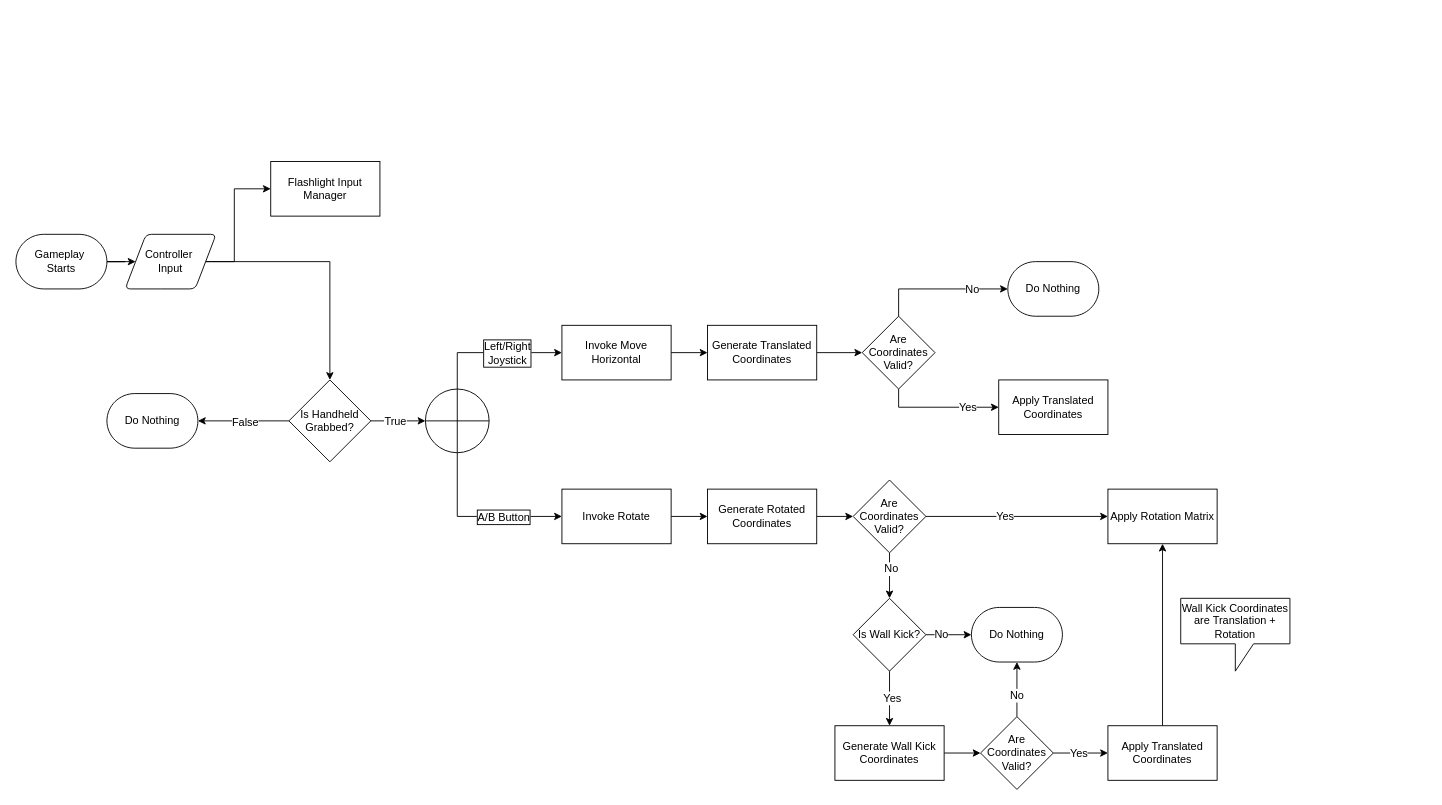
Earlier version of the draw.io diagram Docs/Terrormino.drawio (ConnorGDevelopment/Terrormino). Source tidied: cells renumbered, new cells numbered last; positions are measured from the earlier drawing's top-left corner, leaving out a move shared by most shapes. Both pictures are drawn from the tidied source at 91%, with x=0, y=0 at pixel (15, 161).
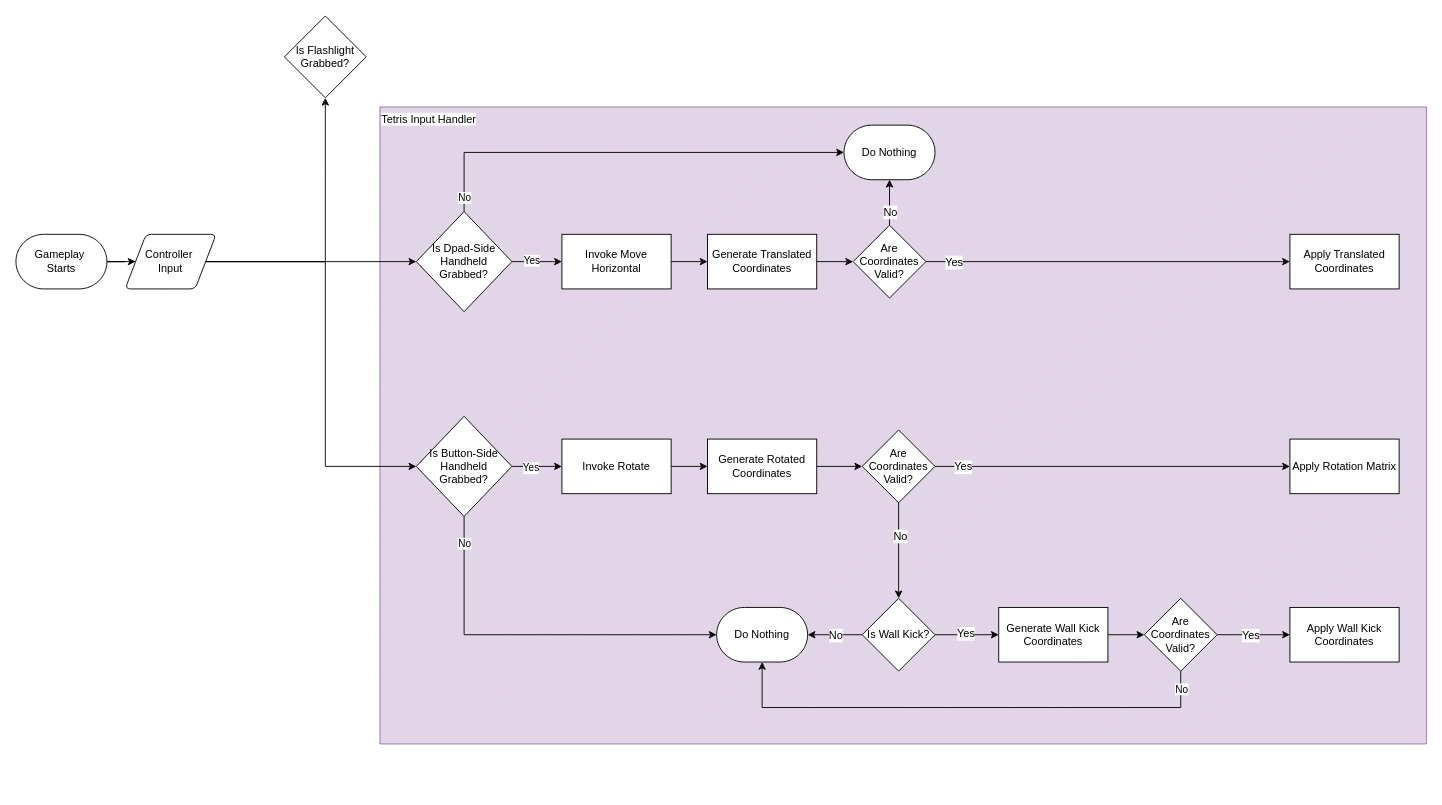
The same diagram, later.

Unchanged cells that the change refers to:
```xml
<mxCell id="6" value="Controller&amp;nbsp;&lt;div&gt;Input&lt;/div&gt;" style="shape=parallelogram;html=1;strokeWidth=1;perimeter=parallelogramPerimeter;whiteSpace=wrap;rounded=1;arcSize=12;size=0.23;" parent="1" vertex="1">
  <mxGeometry x="120" y="80" width="100" height="60" as="geometry" />
</mxCell>
<mxCell id="34" style="edgeStyle=orthogonalEdgeStyle;rounded=0;jettySize=auto;html=1;fontFamily=Helvetica;fontSize=12;fontColor=default;" parent="1" edge="1" source="38" target="39">
  <mxGeometry relative="1" as="geometry" />
</mxCell>
<mxCell id="42" style="edgeStyle=orthogonalEdgeStyle;rounded=0;jettySize=auto;html=1;fontFamily=Helvetica;fontSize=12;fontColor=default;" parent="1" edge="1" source="44" target="52">
  <mxGeometry relative="1" as="geometry" />
</mxCell>
```

The edit, as a diff of the source:
```diff
@@
+    <mxCell id="56" value="Tetris Input Handler" style="verticalLabelPosition=middle;verticalAlign=top;html=1;shape=mxgraph.basic.patternFillRect;fillStyle=diag;step=5;fillStrokeWidth=0.2;fillStrokeColor=#dddddd;fillColor=#e1d5e7;strokeColor=#9673a6;align=left;labelPosition=center;labelBorderColor=none;labelBackgroundColor=default;textShadow=0;" parent="1" vertex="1">
+      <mxGeometry x="400" y="-60" width="1150" height="700" as="geometry" />
+    </mxCell>
@@
-    <mxCell id="4" style="edgeStyle=orthogonalEdgeStyle;rounded=0;jettySize=auto;html=1;" parent="1" edge="1" source="6" target="7">
-      <mxGeometry relative="1" as="geometry">
-        <Array as="points">
-          <mxPoint x="240" y="110" />
-          <mxPoint x="240" y="30" />
-        </Array>
-      </mxGeometry>
-    </mxCell>
-    <mxCell id="5" style="edgeStyle=orthogonalEdgeStyle;rounded=0;jettySize=auto;html=1;entryX=0.5;entryY=0;entryDx=0;entryDy=0;fontFamily=Helvetica;fontSize=12;fontColor=default;" parent="1" edge="1" source="6" target="8">
-      <mxGeometry relative="1" as="geometry" />
-    </mxCell>
+    <mxCell id="57" style="edgeStyle=orthogonalEdgeStyle;rounded=0;jettySize=auto;html=1;entryX=0.5;entryY=1;entryDx=0;entryDy=0;" parent="1" edge="1" source="6" target="60">
+      <mxGeometry relative="1" as="geometry">
+        <Array as="points">
+          <mxPoint x="340" y="110" />
+          <mxPoint x="340" y="10" />
+        </Array>
+      </mxGeometry>
+    </mxCell>
+    <mxCell id="58" style="edgeStyle=orthogonalEdgeStyle;rounded=0;jettySize=auto;html=1;" parent="1" edge="1" source="6" target="63">
+      <mxGeometry relative="1" as="geometry">
+        <Array as="points">
+          <mxPoint x="340" y="110" />
+          <mxPoint x="340" y="335" />
+        </Array>
+      </mxGeometry>
+    </mxCell>
+    <mxCell id="59" style="edgeStyle=orthogonalEdgeStyle;rounded=0;jettySize=auto;html=1;entryX=0;entryY=0.5;entryDx=0;entryDy=0;" parent="1" edge="1" source="6" target="66">
+      <mxGeometry relative="1" as="geometry" />
+    </mxCell>
@@
-    <mxCell id="7" value="Flashlight Input Manager" style="rounded=0;whiteSpace=wrap;html=1;" parent="1" vertex="1">
-      <mxGeometry x="280" width="120" height="60" as="geometry" />
-    </mxCell>
-    <mxCell id="8" value="Is Handheld Grabbed?" style="rhombus;whiteSpace=wrap;html=1;strokeColor=default;strokeWidth=1;align=center;verticalAlign=middle;fontFamily=Helvetica;fontSize=12;fontColor=default;fillColor=default;" parent="1" vertex="1">
-      <mxGeometry x="300" y="240" width="90" height="90" as="geometry" />
-    </mxCell>
-    <mxCell id="9" value="Do Nothing" style="strokeWidth=1;html=1;shape=mxgraph.flowchart.terminator;whiteSpace=wrap;" parent="1" vertex="1">
-      <mxGeometry x="100" y="255" width="100" height="60" as="geometry" />
-    </mxCell>
-    <mxCell id="10" style="edgeStyle=orthogonalEdgeStyle;rounded=0;jettySize=auto;html=1;entryX=1;entryY=0.5;entryDx=0;entryDy=0;entryPerimeter=0;fontFamily=Helvetica;fontSize=12;fontColor=default;" parent="1" edge="1" source="8" target="9">
-      <mxGeometry relative="1" as="geometry" />
-    </mxCell>
-    <mxCell id="11" value="False" style="edgeLabel;html=1;align=center;verticalAlign=middle;strokeColor=default;strokeWidth=1;fontFamily=Helvetica;fontSize=12;fontColor=default;fillColor=default;" parent="10" vertex="1">
-      <mxGeometry x="-0.03" y="1" relative="1" as="geometry" />
-    </mxCell>
-    <mxCell id="12" style="edgeStyle=orthogonalEdgeStyle;rounded=0;jettySize=auto;html=1;entryX=0;entryY=0.5;entryDx=0;entryDy=0;fontFamily=Helvetica;fontSize=12;fontColor=default;exitX=0.5;exitY=0;exitDx=0;exitDy=0;exitPerimeter=0;" parent="1" edge="1" source="16" target="20">
-      <mxGeometry relative="1" as="geometry" />
-    </mxCell>
-    <mxCell id="13" value="Left/Right&lt;br&gt;Joystick" style="edgeLabel;align=center;verticalAlign=middle;strokeColor=default;strokeWidth=1;fontFamily=Helvetica;fontSize=12;fontColor=default;fillColor=default;labelBorderColor=default;spacing=2;labelBackgroundColor=default;html=1;" parent="12" vertex="1">
-      <mxGeometry x="0.21" y="2" relative="1" as="geometry">
-        <mxPoint y="2" as="offset" />
-      </mxGeometry>
-    </mxCell>
-    <mxCell id="14" style="edgeStyle=orthogonalEdgeStyle;rounded=0;jettySize=auto;html=1;exitX=0.5;exitY=1;exitDx=0;exitDy=0;exitPerimeter=0;entryX=0;entryY=0.5;entryDx=0;entryDy=0;fontFamily=Helvetica;fontSize=12;fontColor=default;" parent="1" edge="1" source="16" target="30">
-      <mxGeometry relative="1" as="geometry" />
-    </mxCell>
-    <mxCell id="15" value="A/B Button" style="edgeLabel;html=1;align=center;verticalAlign=middle;strokeColor=default;strokeWidth=1;fontFamily=Helvetica;fontSize=12;fontColor=default;fillColor=default;labelBorderColor=default;" parent="14" vertex="1">
-      <mxGeometry x="0.3" y="-1" relative="1" as="geometry">
-        <mxPoint y="-1" as="offset" />
-      </mxGeometry>
-    </mxCell>
-    <mxCell id="16" style="verticalLabelPosition=bottom;verticalAlign=top;html=1;shape=mxgraph.flowchart.summing_function;strokeColor=default;strokeWidth=1;align=center;fontFamily=Helvetica;fontSize=12;fontColor=default;fillColor=default;" parent="1" vertex="1">
-      <mxGeometry x="450" y="250" width="70" height="70" as="geometry" />
-    </mxCell>
-    <mxCell id="17" style="edgeStyle=orthogonalEdgeStyle;rounded=0;jettySize=auto;html=1;entryX=0;entryY=0.5;entryDx=0;entryDy=0;entryPerimeter=0;fontFamily=Helvetica;fontSize=12;fontColor=default;" parent="1" edge="1" source="8" target="16">
-      <mxGeometry relative="1" as="geometry" />
-    </mxCell>
-    <mxCell id="18" value="True" style="edgeLabel;html=1;align=center;verticalAlign=middle;strokeColor=default;strokeWidth=1;fontFamily=Helvetica;fontSize=12;fontColor=default;fillColor=default;" parent="17" vertex="1">
-      <mxGeometry x="-0.12" relative="1" as="geometry" />
-    </mxCell>
@@
     <mxCell id="20" value="Invoke Move Horizontal" style="rounded=0;whiteSpace=wrap;html=1;strokeColor=default;strokeWidth=1;align=center;verticalAlign=middle;fontFamily=Helvetica;fontSize=12;fontColor=default;fillColor=default;" parent="1" vertex="1">
-      <mxGeometry x="600" y="180" width="120" height="60" as="geometry" />
+      <mxGeometry x="600" y="80" width="120" height="60" as="geometry" />
     </mxCell>
@@
     <mxCell id="22" value="Generate Translated Coordinates" style="rounded=0;whiteSpace=wrap;html=1;strokeColor=default;strokeWidth=1;align=center;verticalAlign=middle;fontFamily=Helvetica;fontSize=12;fontColor=default;fillColor=default;" parent="1" vertex="1">
-      <mxGeometry x="760" y="180" width="120" height="60" as="geometry" />
+      <mxGeometry x="760" y="80" width="120" height="60" as="geometry" />
     </mxCell>
-    <mxCell id="23" style="edgeStyle=orthogonalEdgeStyle;rounded=0;jettySize=auto;html=1;entryX=0;entryY=0.5;entryDx=0;entryDy=0;fontFamily=Helvetica;fontSize=12;fontColor=default;exitX=0.5;exitY=1;exitDx=0;exitDy=0;" parent="1" edge="1" source="33" target="27">
+    <mxCell id="23" style="edgeStyle=orthogonalEdgeStyle;rounded=0;jettySize=auto;html=1;entryX=0;entryY=0.5;entryDx=0;entryDy=0;fontFamily=Helvetica;fontSize=12;fontColor=default;exitX=1;exitY=0.5;exitDx=0;exitDy=0;" parent="1" edge="1" source="33" target="27">
       <mxGeometry relative="1" as="geometry" />
     </mxCell>
     <mxCell id="24" value="Yes" style="edgeLabel;html=1;align=center;verticalAlign=middle;strokeColor=default;strokeWidth=1;fontFamily=Helvetica;fontSize=12;fontColor=default;fillColor=default;" parent="23" vertex="1">
       <mxGeometry x="0.1" y="-1" relative="1" as="geometry">
-        <mxPoint x="23" y="-1" as="offset" />
+        <mxPoint x="-190" y="-1" as="offset" />
       </mxGeometry>
     </mxCell>
-    <mxCell id="25" style="edgeStyle=orthogonalEdgeStyle;rounded=0;jettySize=auto;html=1;fontFamily=Helvetica;fontSize=12;fontColor=default;exitX=0.5;exitY=0;exitDx=0;exitDy=0;entryX=0;entryY=0.5;entryDx=0;entryDy=0;entryPerimeter=0;" parent="1" edge="1" source="33" target="28">
+    <mxCell id="25" style="edgeStyle=orthogonalEdgeStyle;rounded=0;jettySize=auto;html=1;fontFamily=Helvetica;fontSize=12;fontColor=default;exitX=0.5;exitY=0;exitDx=0;exitDy=0;entryX=0.5;entryY=1;entryDx=0;entryDy=0;entryPerimeter=0;" parent="1" edge="1" source="33" target="28">
       <mxGeometry relative="1" as="geometry" />
     </mxCell>
     <mxCell id="26" value="No" style="edgeLabel;html=1;align=center;verticalAlign=middle;strokeColor=default;strokeWidth=1;fontFamily=Helvetica;fontSize=12;fontColor=default;fillColor=default;" parent="25" vertex="1">
       <mxGeometry x="-0.18" relative="1" as="geometry">
-        <mxPoint x="48" as="offset" />
+        <mxPoint y="6" as="offset" />
       </mxGeometry>
     </mxCell>
     <mxCell id="27" value="Apply Translated Coordinates" style="rounded=0;whiteSpace=wrap;html=1;strokeColor=default;strokeWidth=1;align=center;verticalAlign=middle;fontFamily=Helvetica;fontSize=12;fontColor=default;fillColor=default;" parent="1" vertex="1">
-      <mxGeometry x="1080" y="240" width="120" height="60" as="geometry" />
+      <mxGeometry x="1400" y="80" width="120" height="60" as="geometry" />
     </mxCell>
     <mxCell id="28" value="Do Nothing" style="strokeWidth=1;html=1;shape=mxgraph.flowchart.terminator;whiteSpace=wrap;" parent="1" vertex="1">
-      <mxGeometry x="1090" y="110" width="100" height="60" as="geometry" />
+      <mxGeometry x="910" y="-40" width="100" height="60" as="geometry" />
     </mxCell>
@@
     <mxCell id="30" value="Invoke Rotate" style="rounded=0;whiteSpace=wrap;html=1;strokeColor=default;strokeWidth=1;align=center;verticalAlign=middle;fontFamily=Helvetica;fontSize=12;fontColor=default;fillColor=default;" parent="1" vertex="1">
-      <mxGeometry x="600" y="360" width="120" height="60" as="geometry" />
+      <mxGeometry x="600" y="305" width="120" height="60" as="geometry" />
     </mxCell>
@@
     <mxCell id="32" value="Generate Rotated Coordinates" style="rounded=0;whiteSpace=wrap;html=1;strokeColor=default;strokeWidth=1;align=center;verticalAlign=middle;fontFamily=Helvetica;fontSize=12;fontColor=default;fillColor=default;" parent="1" vertex="1">
-      <mxGeometry x="760" y="360" width="120" height="60" as="geometry" />
+      <mxGeometry x="760" y="305" width="120" height="60" as="geometry" />
     </mxCell>
     <mxCell id="33" value="Are Coordinates Valid?" style="rhombus;whiteSpace=wrap;html=1;strokeColor=default;strokeWidth=1;align=center;verticalAlign=middle;fontFamily=Helvetica;fontSize=12;fontColor=default;fillColor=default;" parent="1" vertex="1">
-      <mxGeometry x="930" y="170" width="80" height="80" as="geometry" />
+      <mxGeometry x="920" y="70" width="80" height="80" as="geometry" />
     </mxCell>
@@
     <mxCell id="35" value="Yes" style="edgeLabel;html=1;align=center;verticalAlign=middle;strokeColor=default;strokeWidth=1;fontFamily=Helvetica;fontSize=12;fontColor=default;fillColor=default;" parent="34" vertex="1">
-      <mxGeometry x="-0.14" y="1" relative="1" as="geometry" />
+      <mxGeometry x="-0.14" y="1" relative="1" as="geometry">
+        <mxPoint x="-138" y="1" as="offset" />
+      </mxGeometry>
     </mxCell>
@@
     <mxCell id="38" value="Are Coordinates Valid?" style="rhombus;whiteSpace=wrap;html=1;strokeColor=default;strokeWidth=1;align=center;verticalAlign=middle;fontFamily=Helvetica;fontSize=12;fontColor=default;fillColor=default;" parent="1" vertex="1">
-      <mxGeometry x="920" y="350" width="80" height="80" as="geometry" />
+      <mxGeometry x="930" y="295" width="80" height="80" as="geometry" />
     </mxCell>
     <mxCell id="39" value="Apply Rotation Matrix" style="rounded=0;whiteSpace=wrap;html=1;strokeColor=default;strokeWidth=1;align=center;verticalAlign=middle;fontFamily=Helvetica;fontSize=12;fontColor=default;fillColor=default;" parent="1" vertex="1">
-      <mxGeometry x="1200" y="360" width="120" height="60" as="geometry" />
+      <mxGeometry x="1400" y="305" width="120" height="60" as="geometry" />
     </mxCell>
@@
     <mxCell id="43" value="No" style="edgeLabel;html=1;align=center;verticalAlign=middle;strokeColor=default;strokeWidth=1;fontFamily=Helvetica;fontSize=12;fontColor=default;fillColor=default;" parent="42" vertex="1">
-      <mxGeometry x="-0.38" y="1" relative="1" as="geometry" />
+      <mxGeometry x="-0.38" y="1" relative="1" as="geometry">
+        <mxPoint x="-11" y="-1" as="offset" />
+      </mxGeometry>
     </mxCell>
     <mxCell id="44" value="Is Wall Kick?" style="rhombus;whiteSpace=wrap;html=1;strokeColor=default;strokeWidth=1;align=center;verticalAlign=middle;fontFamily=Helvetica;fontSize=12;fontColor=default;fillColor=default;" parent="1" vertex="1">
-      <mxGeometry x="920" y="480" width="80" height="80" as="geometry" />
+      <mxGeometry x="930" y="480" width="80" height="80" as="geometry" />
     </mxCell>
@@
     <mxCell id="46" value="Generate Wall Kick Coordinates" style="rounded=0;whiteSpace=wrap;html=1;strokeColor=default;strokeWidth=1;align=center;verticalAlign=middle;fontFamily=Helvetica;fontSize=12;fontColor=default;fillColor=default;" parent="1" vertex="1">
-      <mxGeometry x="900" y="620" width="120" height="60" as="geometry" />
+      <mxGeometry x="1080" y="490" width="120" height="60" as="geometry" />
     </mxCell>
-    <mxCell id="47" style="edgeStyle=orthogonalEdgeStyle;rounded=0;jettySize=auto;html=1;fontFamily=Helvetica;fontSize=12;fontColor=default;" parent="1" edge="1" source="51" target="52">
-      <mxGeometry relative="1" as="geometry" />
-    </mxCell>
-    <mxCell id="48" value="No" style="edgeLabel;html=1;align=center;verticalAlign=middle;strokeColor=default;strokeWidth=1;fontFamily=Helvetica;fontSize=12;fontColor=default;fillColor=default;" parent="47" vertex="1">
-      <mxGeometry x="-0.19" y="1" relative="1" as="geometry" />
-    </mxCell>
@@
     <mxCell id="51" value="Are Coordinates Valid?" style="rhombus;whiteSpace=wrap;html=1;strokeColor=default;strokeWidth=1;align=center;verticalAlign=middle;fontFamily=Helvetica;fontSize=12;fontColor=default;fillColor=default;" parent="1" vertex="1">
-      <mxGeometry x="1060" y="610" width="80" height="80" as="geometry" />
+      <mxGeometry x="1240" y="480" width="80" height="80" as="geometry" />
     </mxCell>
     <mxCell id="52" value="Do Nothing" style="strokeWidth=1;html=1;shape=mxgraph.flowchart.terminator;whiteSpace=wrap;" parent="1" vertex="1">
-      <mxGeometry x="1050" y="490" width="100" height="60" as="geometry" />
+      <mxGeometry x="770" y="490" width="100" height="60" as="geometry" />
     </mxCell>
-    <mxCell id="53" style="edgeStyle=orthogonalEdgeStyle;rounded=0;jettySize=auto;html=1;fontFamily=Helvetica;fontSize=12;fontColor=default;" parent="1" edge="1" source="54" target="39">
-      <mxGeometry relative="1" as="geometry" />
-    </mxCell>
-    <mxCell id="54" value="Apply Translated Coordinates" style="rounded=0;whiteSpace=wrap;html=1;strokeColor=default;strokeWidth=1;align=center;verticalAlign=middle;fontFamily=Helvetica;fontSize=12;fontColor=default;fillColor=default;" parent="1" vertex="1">
-      <mxGeometry x="1200" y="620" width="120" height="60" as="geometry" />
+    <mxCell id="54" value="Apply Wall Kick Coordinates" style="rounded=0;whiteSpace=wrap;html=1;strokeColor=default;strokeWidth=1;align=center;verticalAlign=middle;fontFamily=Helvetica;fontSize=12;fontColor=default;fillColor=default;" parent="1" vertex="1">
+      <mxGeometry x="1400" y="490" width="120" height="60" as="geometry" />
     </mxCell>
-    <mxCell id="55" value="Wall Kick Coordinates are Translation + Rotation" style="shape=callout;whiteSpace=wrap;html=1;perimeter=calloutPerimeter;strokeColor=default;strokeWidth=1;align=center;verticalAlign=middle;fontFamily=Helvetica;fontSize=12;fontColor=default;fillColor=default;" parent="1" vertex="1">
-      <mxGeometry x="1280" y="480" width="120" height="80" as="geometry" />
-    </mxCell>
+    <mxCell id="60" value="Is Flashlight Grabbed?" style="rhombus;whiteSpace=wrap;html=1;strokeColor=default;strokeWidth=1;align=center;verticalAlign=middle;fontFamily=Helvetica;fontSize=12;fontColor=default;fillColor=default;" parent="1" vertex="1">
+      <mxGeometry x="295" y="-160" width="90" height="90" as="geometry" />
+    </mxCell>
+    <mxCell id="61" style="edgeStyle=orthogonalEdgeStyle;rounded=0;jettySize=auto;html=1;entryX=0;entryY=0.5;entryDx=0;entryDy=0;" parent="1" edge="1" source="63" target="30">
+      <mxGeometry relative="1" as="geometry" />
+    </mxCell>
+    <mxCell id="62" value="Yes" style="edgeLabel;html=1;align=center;verticalAlign=middle;" parent="61" vertex="1">
+      <mxGeometry x="-0.29" y="-1" relative="1" as="geometry" />
+    </mxCell>
+    <mxCell id="63" value="Is Button-Side Handheld Grabbed?" style="rhombus;whiteSpace=wrap;html=1;strokeColor=default;strokeWidth=1;align=center;verticalAlign=middle;fontFamily=Helvetica;fontSize=12;fontColor=default;fillColor=default;" parent="1" vertex="1">
+      <mxGeometry x="440" y="280" width="105" height="110" as="geometry" />
+    </mxCell>
+    <mxCell id="64" style="edgeStyle=orthogonalEdgeStyle;rounded=0;jettySize=auto;html=1;entryX=0;entryY=0.5;entryDx=0;entryDy=0;" parent="1" edge="1" source="66" target="20">
+      <mxGeometry relative="1" as="geometry" />
+    </mxCell>
+    <mxCell id="65" value="Yes" style="edgeLabel;html=1;align=center;verticalAlign=middle;" parent="64" vertex="1">
+      <mxGeometry x="-0.22" y="2" relative="1" as="geometry" />
+    </mxCell>
+    <mxCell id="66" value="Is Dpad-Side Handheld Grabbed?" style="rhombus;whiteSpace=wrap;html=1;strokeColor=default;strokeWidth=1;align=center;verticalAlign=middle;fontFamily=Helvetica;fontSize=12;fontColor=default;fillColor=default;" parent="1" vertex="1">
+      <mxGeometry x="440" y="55" width="105" height="110" as="geometry" />
+    </mxCell>
+    <mxCell id="47" style="edgeStyle=orthogonalEdgeStyle;rounded=0;jettySize=auto;html=1;entryX=0.5;entryY=1;entryDx=0;entryDy=0;entryPerimeter=0;exitX=0.5;exitY=1;exitDx=0;exitDy=0;" parent="1" edge="1" source="51" target="52">
+      <mxGeometry relative="1" as="geometry">
+        <Array as="points">
+          <mxPoint x="1280" y="600" />
+          <mxPoint x="820" y="600" />
+        </Array>
+      </mxGeometry>
+    </mxCell>
+    <mxCell id="67" value="No" style="edgeLabel;html=1;align=center;verticalAlign=middle;" parent="47" vertex="1">
+      <mxGeometry x="-0.92" y="2" relative="1" as="geometry">
+        <mxPoint x="-2" y="-3" as="offset" />
+      </mxGeometry>
+    </mxCell>
+    <mxCell id="68" style="edgeStyle=orthogonalEdgeStyle;rounded=0;jettySize=auto;html=1;entryX=0;entryY=0.5;entryDx=0;entryDy=0;entryPerimeter=0;exitX=0.5;exitY=1;exitDx=0;exitDy=0;" parent="1" edge="1" source="63" target="52">
+      <mxGeometry relative="1" as="geometry">
+        <Array as="points">
+          <mxPoint x="492" y="520" />
+        </Array>
+      </mxGeometry>
+    </mxCell>
+    <mxCell id="69" value="No" style="edgeLabel;html=1;align=center;verticalAlign=middle;" parent="68" vertex="1">
+      <mxGeometry x="-0.86" y="-2" relative="1" as="geometry">
+        <mxPoint x="2" as="offset" />
+      </mxGeometry>
+    </mxCell>
+    <mxCell id="70" style="edgeStyle=orthogonalEdgeStyle;rounded=0;jettySize=auto;html=1;entryX=0;entryY=0.5;entryDx=0;entryDy=0;entryPerimeter=0;exitX=0.5;exitY=0;exitDx=0;exitDy=0;" parent="1" edge="1" source="66" target="28">
+      <mxGeometry relative="1" as="geometry">
+        <Array as="points">
+          <mxPoint x="492" y="-10" />
+        </Array>
+      </mxGeometry>
+    </mxCell>
+    <mxCell id="71" value="No" style="edgeLabel;html=1;align=center;verticalAlign=middle;" parent="70" vertex="1">
+      <mxGeometry x="-0.89" y="-1" relative="1" as="geometry">
+        <mxPoint x="-1" y="11" as="offset" />
+      </mxGeometry>
+    </mxCell>
```
